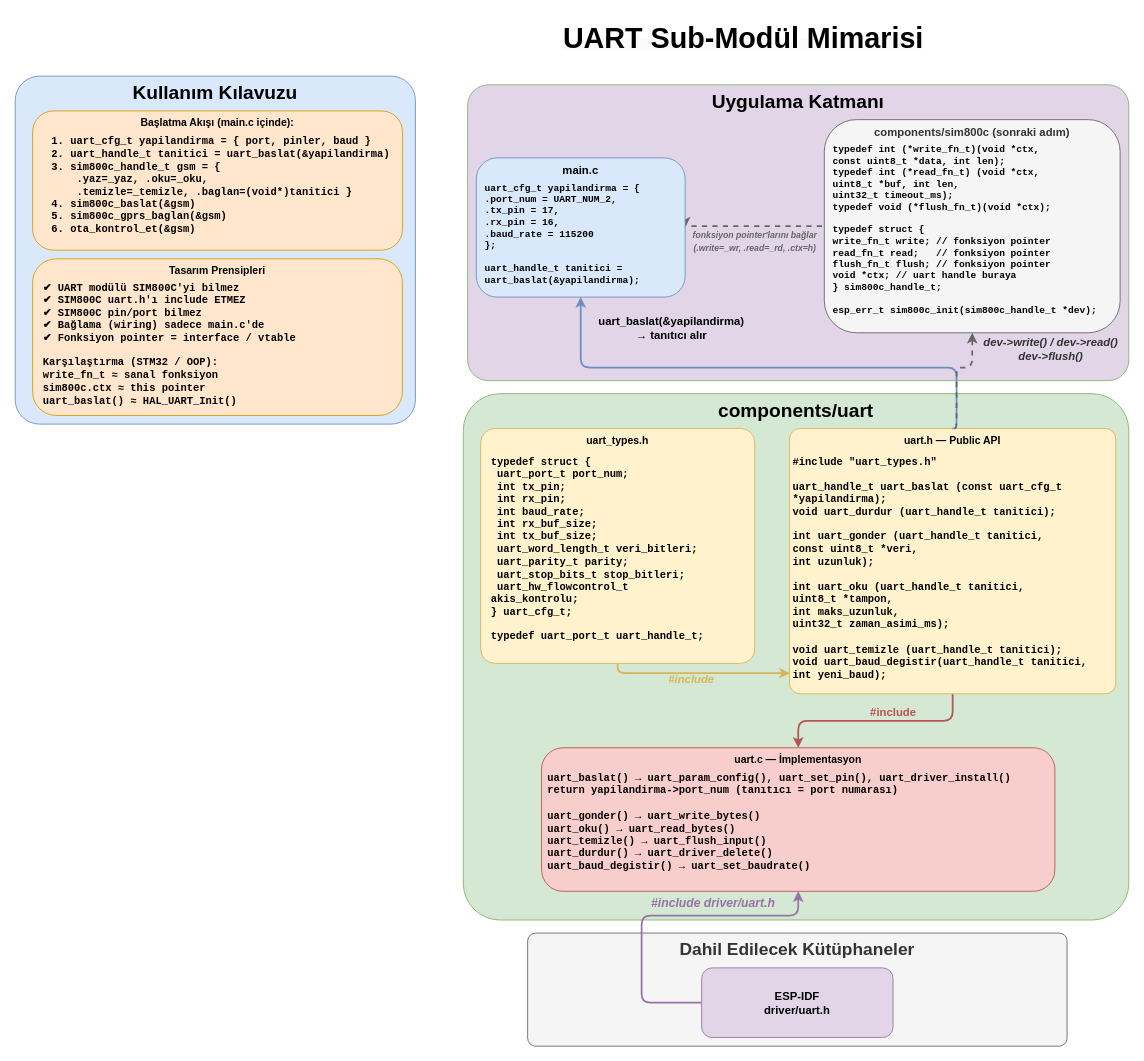
The draw.io diagram docs/uart_sub-modül_mimari/uart_mimarisi.drawio in BasriSoylu/smart-bike-iot-idf, before the edit. Source tidied: cells renumbered, new cells numbered last; positions are measured from the earlier drawing's top-left corner, leaving out a move shared by most shapes. Both pictures are drawn from the tidied source at 87%, with x=0, y=0 at pixel (15, 15).
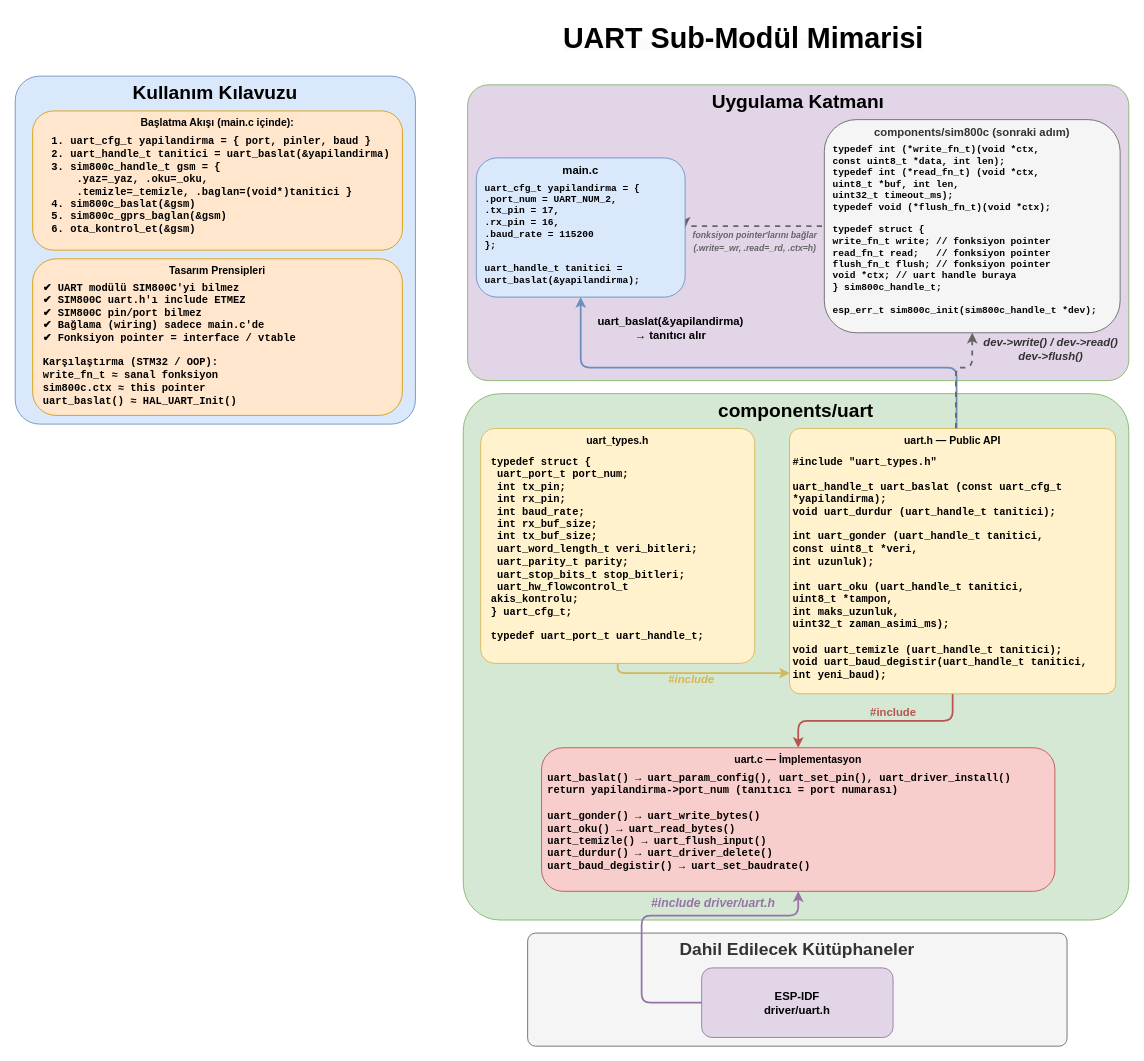
Above is the later version.

Unchanged cells that the change refers to:
```xml
<mxCell id="10" value="uart.h  —  Public API" style="rounded=1;whiteSpace=wrap;html=1;fillColor=#fff2cc;strokeColor=#d6b656;fontSize=12;fontStyle=1;verticalAlign=top;arcSize=4;" parent="1" vertex="1">
  <mxGeometry x="890" y="475" width="375" height="305" as="geometry" />
</mxCell>
<mxCell id="19" value="main.c" style="rounded=1;whiteSpace=wrap;html=1;fillColor=#dae8fc;strokeColor=#6c8ebf;fontSize=13;fontStyle=1;verticalAlign=top;" parent="18" vertex="1">
  <mxGeometry width="240" height="160" as="geometry" />
</mxCell>
<mxCell id="23" value="components/sim800c  (sonraki adım)" style="rounded=1;whiteSpace=wrap;html=1;fillColor=#f5f5f5;strokeColor=#666666;fontColor=#333333;fontSize=13;fontStyle=1;verticalAlign=top;" parent="22" vertex="1">
  <mxGeometry width="340" height="245" as="geometry" />
</mxCell>
```

The edit, as a diff of the source:
```diff
@@
-    <mxCell id="13" value="&lt;span&gt;&lt;font style=&quot;color: rgb(0, 0, 0); font-size: 13px;&quot;&gt;uart_baslat(&amp;amp;yapilandirma)&lt;br&gt;→ tanıtıcı alır&lt;/font&gt;&lt;/span&gt;" style="edgeStyle=orthogonalEdgeStyle;html=1;exitX=0.5;exitY=1;exitDx=0;exitDy=0;entryX=0.5;entryY=0;entryDx=0;entryDy=0;strokeColor=#6c8ebf;fontColor=#6c8ebf;fontStyle=1;fontSize=11;startArrow=classic;startFill=1;endArrow=none;labelBackgroundColor=none;strokeWidth=2;" parent="1" edge="1" source="19" target="10">
+    <mxCell id="13" value="&lt;span&gt;&lt;font style=&quot;color: rgb(0, 0, 0); font-size: 13px;&quot;&gt;uart_baslat(&amp;amp;yapilandirma)&lt;br&gt;→ tanıtıcı alır&lt;/font&gt;&lt;/span&gt;" style="edgeStyle=orthogonalEdgeStyle;html=1;exitX=0.5;exitY=1;exitDx=0;exitDy=0;strokeColor=#6c8ebf;fontColor=#6c8ebf;fontStyle=1;fontSize=11;startArrow=classic;startFill=1;endArrow=none;labelBackgroundColor=none;strokeWidth=2;" parent="1" edge="1" source="19">
       <mxGeometry x="-0.37" y="45" relative="1" as="geometry">
+        <mxPoint x="1082" y="475" as="targetPoint" />
         <Array as="points">
           <mxPoint x="650" y="405" />
           <mxPoint x="1082" y="405" />
           <mxPoint x="1082" y="475" />
         </Array>
       </mxGeometry>
     </mxCell>
@@
-    <mxCell id="17" value="&lt;font style=&quot;font-size: 13px;&quot;&gt;&lt;b&gt;dev-&amp;gt;write() / dev-&amp;gt;read()&lt;br&gt;dev-&amp;gt;flush()&lt;br&gt;&lt;/b&gt;&lt;/font&gt;" style="edgeStyle=orthogonalEdgeStyle;html=1;exitX=0.5;exitY=1;exitDx=0;exitDy=0;entryX=0.5;entryY=0;entryDx=0;entryDy=0;strokeColor=#666666;fontColor=#333333;fontStyle=2;fontSize=11;dashed=1;endArrow=none;startFill=1;startArrow=classic;labelBackgroundColor=none;strokeWidth=2;" parent="1" edge="1" source="23" target="10">
+    <mxCell id="17" value="&lt;font style=&quot;font-size: 13px;&quot;&gt;&lt;b&gt;dev-&amp;gt;write() / dev-&amp;gt;read()&lt;br&gt;dev-&amp;gt;flush()&lt;br&gt;&lt;/b&gt;&lt;/font&gt;" style="edgeStyle=orthogonalEdgeStyle;html=1;exitX=0.5;exitY=1;exitDx=0;exitDy=0;entryX=0.51;entryY=0.001;entryDx=0;entryDy=0;strokeColor=#666666;fontColor=#333333;fontStyle=2;fontSize=11;dashed=1;endArrow=none;startFill=1;startArrow=classic;labelBackgroundColor=none;strokeWidth=2;entryPerimeter=0;" parent="1" edge="1" source="23" target="10">
       <mxGeometry x="-0.71" y="90" relative="1" as="geometry">
         <Array as="points">
           <mxPoint x="1100" y="405" />
           <mxPoint x="1082" y="405" />
           <mxPoint x="1082" y="475" />
         </Array>
       </mxGeometry>
     </mxCell>
```
